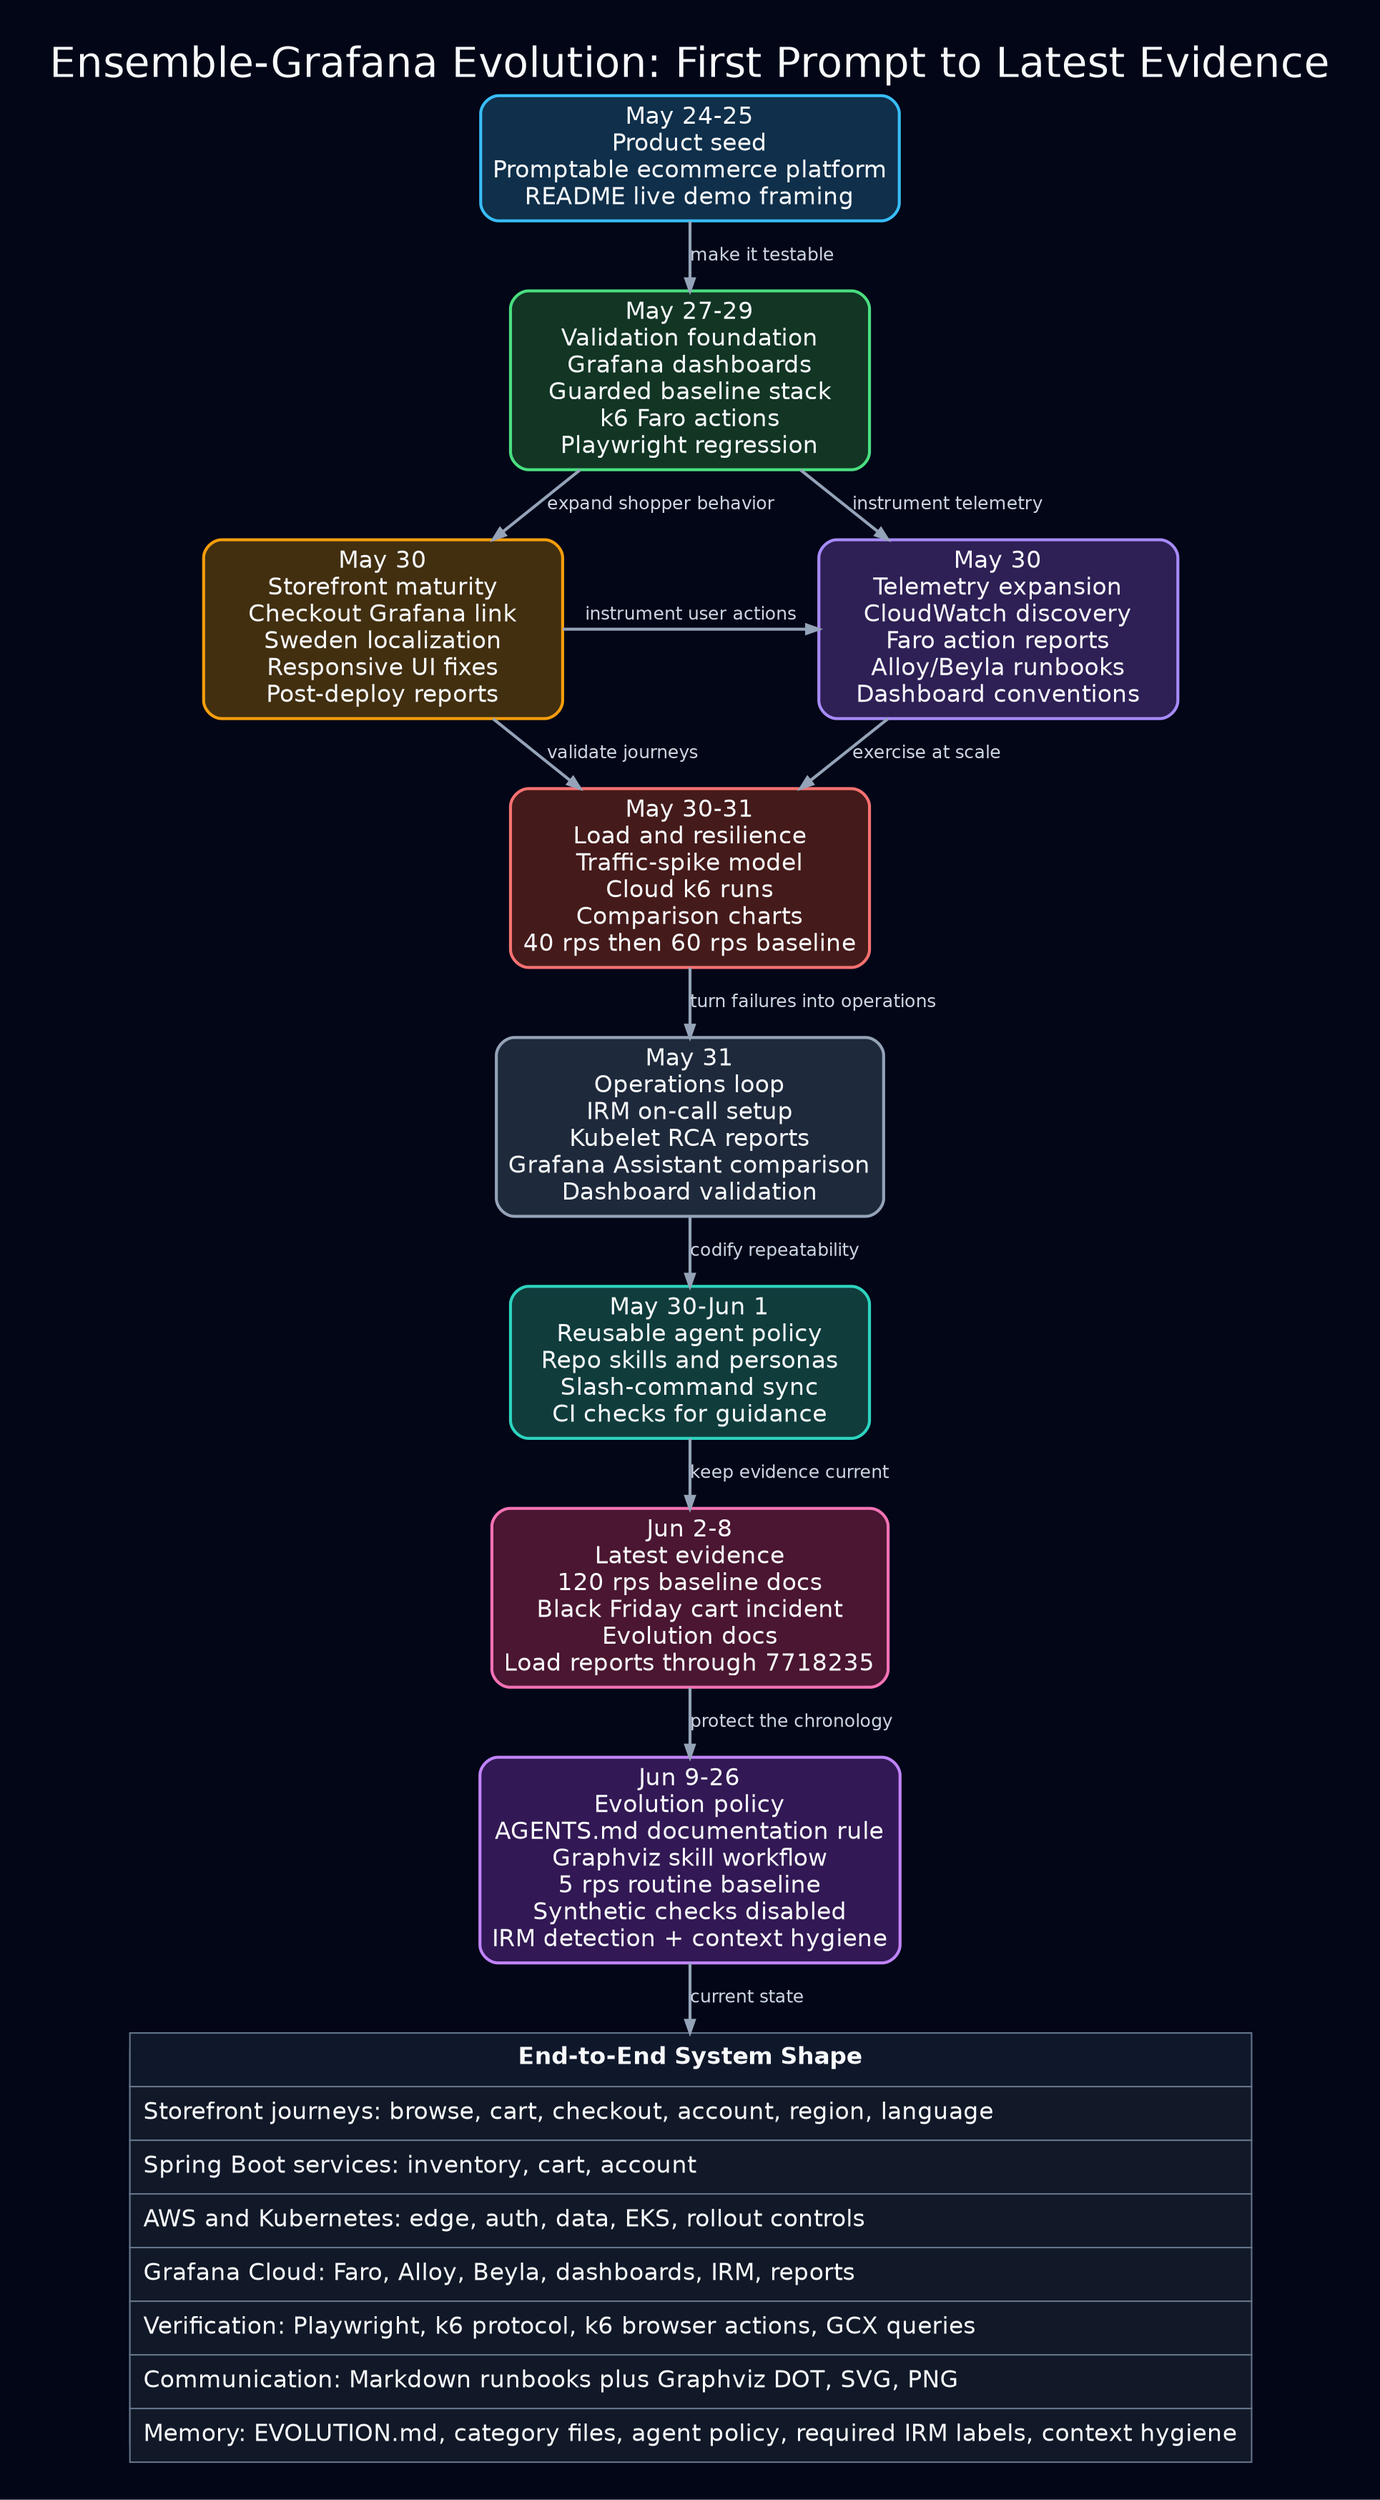
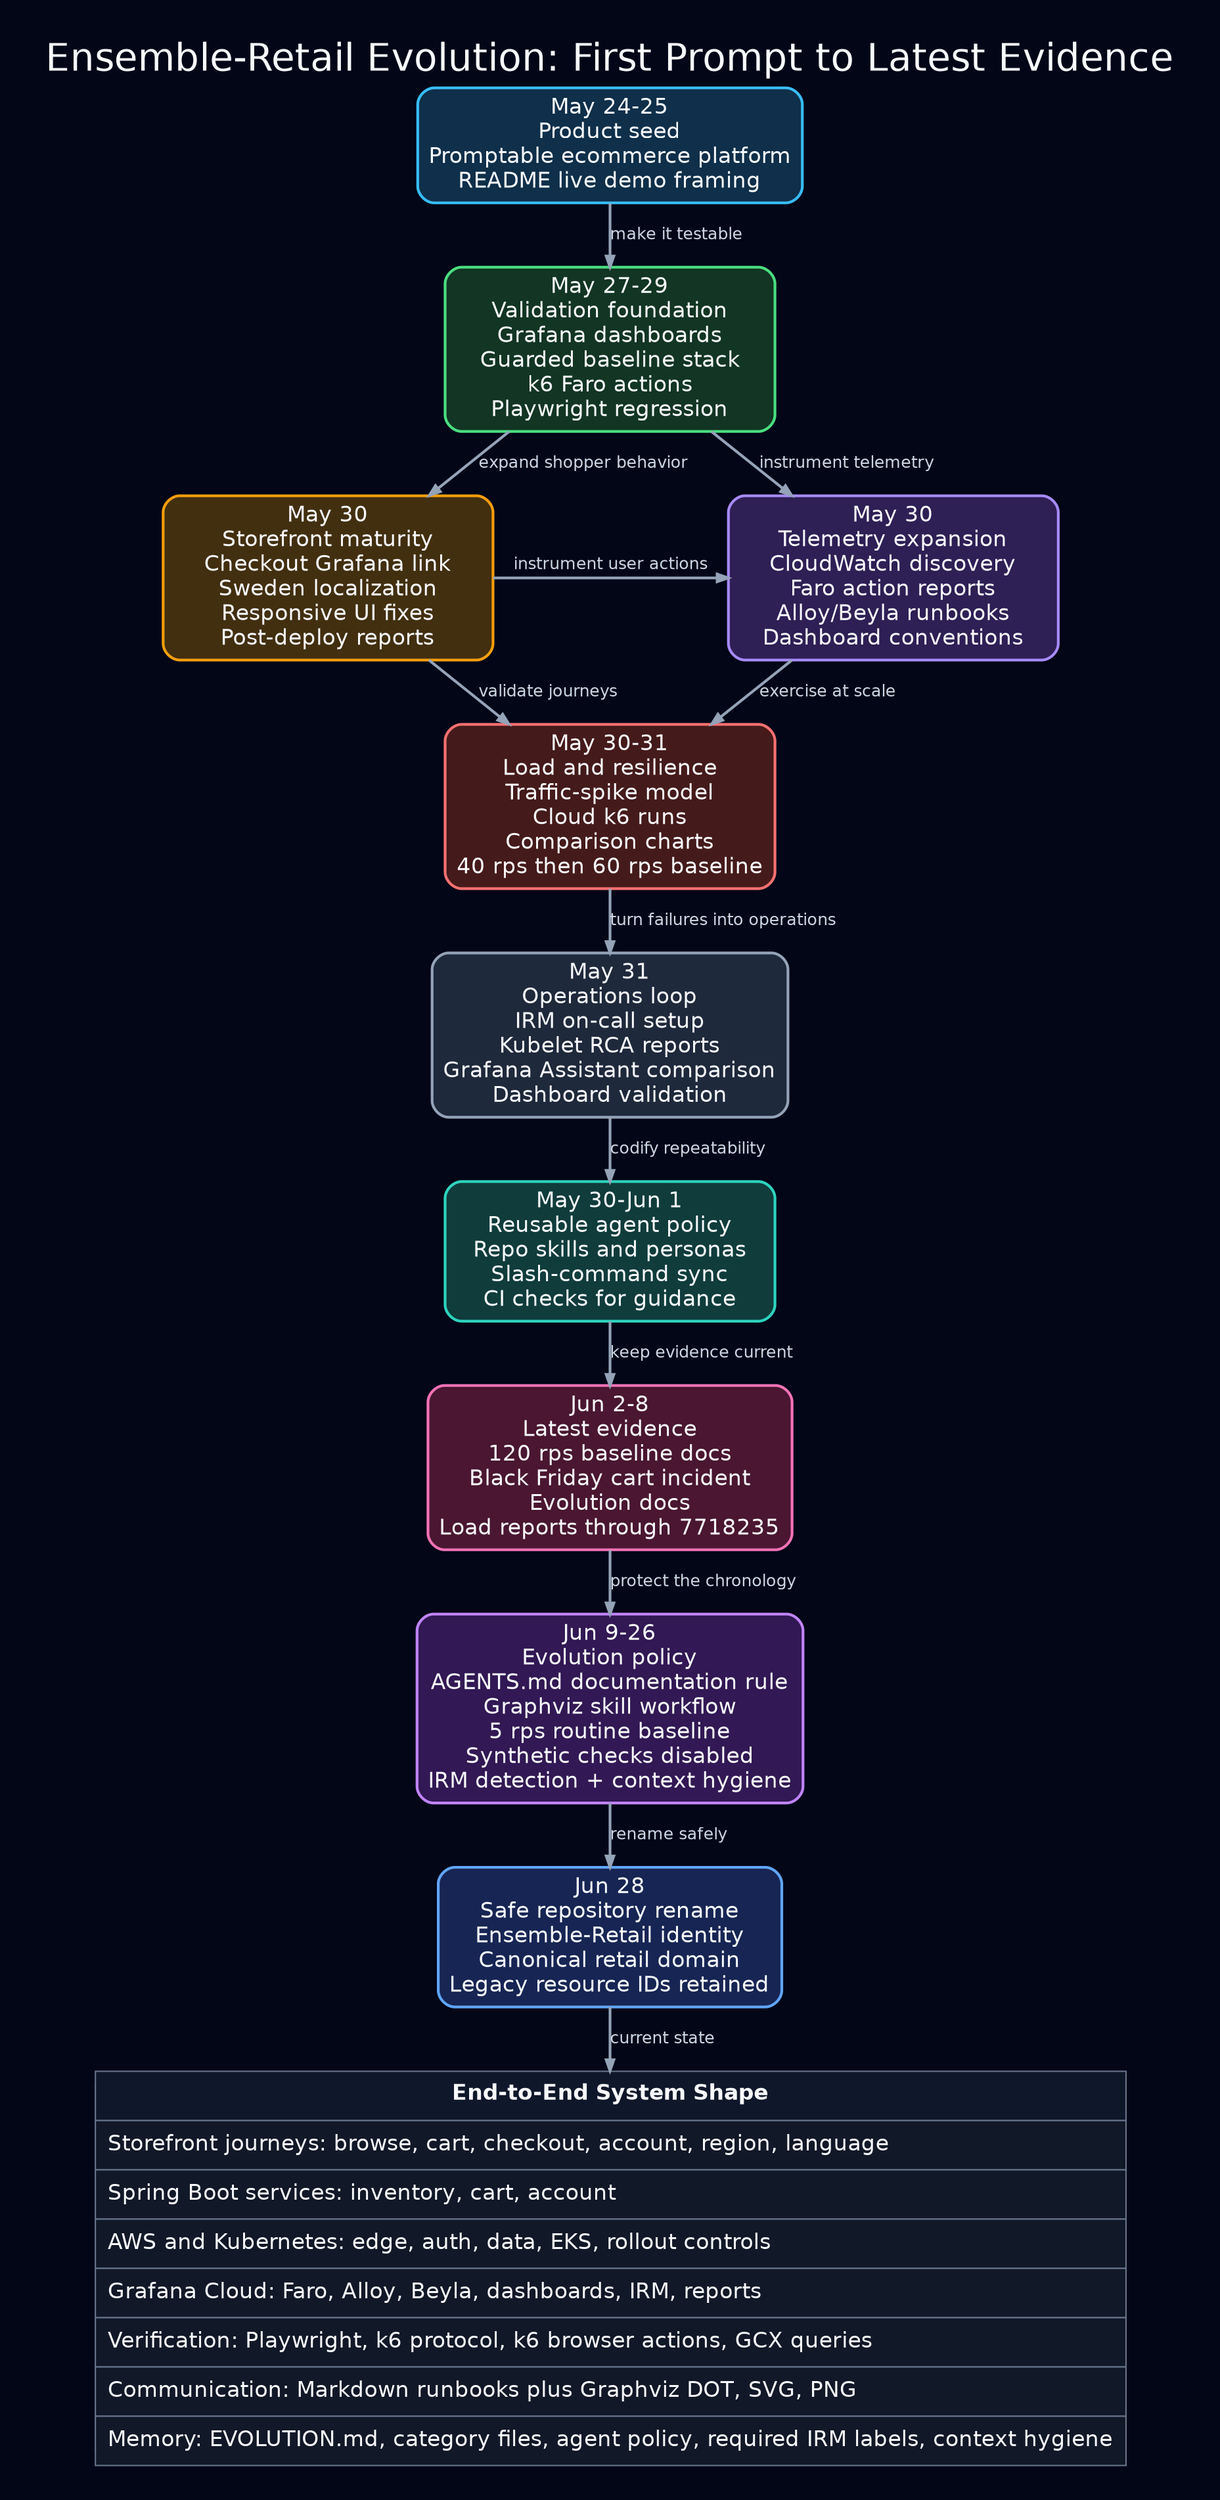
digraph ensemble_evolution_timeline_dark {
  graph [
    rankdir=TB,
    bgcolor="#020617",
    pad="0.35",
    nodesep="0.42",
    ranksep="0.46",
    fontname="Helvetica",
    fontsize=28,
    fontcolor="#f8fafc",
    labelloc="t",
-     label="Ensemble-Grafana Evolution: First Prompt to Latest Evidence"
+     label="Ensemble-Retail Evolution: First Prompt to Latest Evidence"
  ];

  node [
    shape=box,
    style="rounded,filled",
    fontname="Helvetica",
    fontsize=16,
    margin="0.11,0.08",
    width=3.35,
    penwidth=2,
    color="#475569",
    fontcolor="#f8fafc"
  ];

  edge [
    color="#94a3b8",
    arrowsize=0.8,
    penwidth=2,
    fontname="Helvetica",
    fontsize=12,
    fontcolor="#cbd5e1"
  ];

  seed [
    label="May 24-25\nProduct seed\nPromptable ecommerce platform\nREADME live demo framing",
    fillcolor="#0f2f4a",
    color="#38bdf8"
  ];

  validate [
    label="May 27-29\nValidation foundation\nGrafana dashboards\nGuarded baseline stack\nk6 Faro actions\nPlaywright regression",
    fillcolor="#123524",
    color="#4ade80"
  ];

  app [
    label="May 30\nStorefront maturity\nCheckout Grafana link\nSweden localization\nResponsive UI fixes\nPost-deploy reports",
    fillcolor="#422f10",
    color="#f59e0b"
  ];

  obs [
    label="May 30\nTelemetry expansion\nCloudWatch discovery\nFaro action reports\nAlloy/Beyla runbooks\nDashboard conventions",
    fillcolor="#2e1f55",
    color="#a78bfa"
  ];

  load [
    label="May 30-31\nLoad and resilience\nTraffic-spike model\nCloud k6 runs\nComparison charts\n40 rps then 60 rps baseline",
    fillcolor="#451a1a",
    color="#f87171"
  ];

  ops [
    label="May 31\nOperations loop\nIRM on-call setup\nKubelet RCA reports\nGrafana Assistant comparison\nDashboard validation",
    fillcolor="#1e293b",
    color="#94a3b8"
  ];

  skills [
    label="May 30-Jun 1\nReusable agent policy\nRepo skills and personas\nSlash-command sync\nCI checks for guidance",
    fillcolor="#103c3c",
    color="#2dd4bf"
  ];

  latest [
    label="Jun 2-8\nLatest evidence\n120 rps baseline docs\nBlack Friday cart incident\nEvolution docs\nLoad reports through 7718235",
    fillcolor="#4a1631",
    color="#f472b6"
  ];

  policy [
    label="Jun 9-26\nEvolution policy\nAGENTS.md documentation rule\nGraphviz skill workflow\n5 rps routine baseline\nSynthetic checks disabled\nIRM detection + context hygiene",
    fillcolor="#321854",
    color="#c084fc"
  ];

+   rename [
+     label="Jun 28\nSafe repository rename\nEnsemble-Retail identity\nCanonical retail domain\nLegacy resource IDs retained",
+     fillcolor="#172554",
+     color="#60a5fa"
+   ];
+ 
  end_to_end [
    label=<
      <TABLE BORDER="0" CELLBORDER="1" CELLSPACING="0" CELLPADDING="8" COLOR="#64748b">
        <TR><TD BGCOLOR="#0f172a"><FONT COLOR="#f8fafc"><B>End-to-End System Shape</B></FONT></TD></TR>
        <TR><TD BGCOLOR="#111827" ALIGN="LEFT"><FONT COLOR="#f8fafc">Storefront journeys: browse, cart, checkout, account, region, language</FONT></TD></TR>
        <TR><TD BGCOLOR="#111827" ALIGN="LEFT"><FONT COLOR="#f8fafc">Spring Boot services: inventory, cart, account</FONT></TD></TR>
        <TR><TD BGCOLOR="#111827" ALIGN="LEFT"><FONT COLOR="#f8fafc">AWS and Kubernetes: edge, auth, data, EKS, rollout controls</FONT></TD></TR>
        <TR><TD BGCOLOR="#111827" ALIGN="LEFT"><FONT COLOR="#f8fafc">Grafana Cloud: Faro, Alloy, Beyla, dashboards, IRM, reports</FONT></TD></TR>
        <TR><TD BGCOLOR="#111827" ALIGN="LEFT"><FONT COLOR="#f8fafc">Verification: Playwright, k6 protocol, k6 browser actions, GCX queries</FONT></TD></TR>
        <TR><TD BGCOLOR="#111827" ALIGN="LEFT"><FONT COLOR="#f8fafc">Communication: Markdown runbooks plus Graphviz DOT, SVG, PNG</FONT></TD></TR>
        <TR><TD BGCOLOR="#111827" ALIGN="LEFT"><FONT COLOR="#f8fafc">Memory: EVOLUTION.md, category files, agent policy, required IRM labels, context hygiene</FONT></TD></TR>
      </TABLE>
    >,
    shape=plain,
    margin=0
  ];

  seed -> validate [label="make it testable"];
  validate -> app [label="expand shopper behavior"];
  validate -> obs [label="instrument telemetry"];
  app -> obs [label="instrument user actions"];
  obs -> load [label="exercise at scale"];
  app -> load [label="validate journeys"];
  load -> ops [label="turn failures into operations"];
  ops -> skills [label="codify repeatability"];
  skills -> latest [label="keep evidence current"];
  latest -> policy [label="protect the chronology"];
-   policy -> end_to_end [label="current state"];
+   policy -> rename [label="rename safely"];
+   rename -> end_to_end [label="current state"];

  {
    rank=same;
    app;
    obs;
  }

  {
    rank=sink;
    end_to_end;
  }
}
